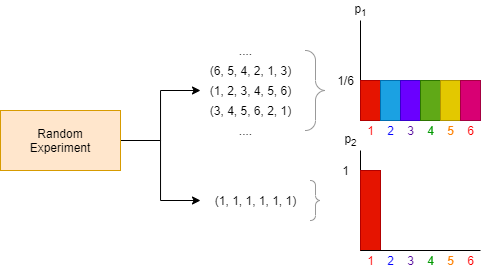
hasanmohsin/hasanmohsin.github.io keeps this draw.io diagram as images/entropy_post_figure_1.png. Above is the earlier version. Source tidied: cells renumbered, new cells last; positions are measured from the earlier drawing's top-left corner, leaving out a move shared by most shapes. Its diagram source:
```xml
<mxGraphModel>
  <root>
    <mxCell id="0" />
    <mxCell id="1" parent="0" />
    <mxCell id="2" style="edgeStyle=orthogonalEdgeStyle;rounded=0;jettySize=auto;html=1;exitX=1;exitY=0.5;exitDx=0;exitDy=0;" parent="1" edge="1" source="4">
      <mxGeometry relative="1" as="geometry">
        <mxPoint x="200" y="90" as="targetPoint" />
        <Array as="points">
          <mxPoint x="160" y="140" />
          <mxPoint x="160" y="90" />
        </Array>
      </mxGeometry>
    </mxCell>
    <mxCell id="3" style="edgeStyle=orthogonalEdgeStyle;rounded=0;jettySize=auto;html=1;exitX=1;exitY=0.5;exitDx=0;exitDy=0;" parent="1" edge="1" source="4">
      <mxGeometry relative="1" as="geometry">
        <mxPoint x="200" y="200" as="targetPoint" />
        <Array as="points">
          <mxPoint x="160" y="140" />
          <mxPoint x="160" y="200" />
        </Array>
      </mxGeometry>
    </mxCell>
    <mxCell id="4" value="Random&lt;br&gt;Experiment" style="rounded=0;whiteSpace=wrap;html=1;fillColor=#ffe6cc;strokeColor=#d79b00;" parent="1" vertex="1">
      <mxGeometry y="110" width="120" height="60" as="geometry" />
    </mxCell>
    <mxCell id="5" value="(1, 2, 3, 4, 5, 6)" style="text;html=1;align=center;verticalAlign=middle;" parent="1" vertex="1">
      <mxGeometry x="200" y="80" width="100" height="20" as="geometry" />
    </mxCell>
    <mxCell id="6" value="(3, 4, 5, 6, 2, 1)" style="text;html=1;align=center;verticalAlign=middle;" parent="1" vertex="1">
      <mxGeometry x="200" y="100" width="100" height="20" as="geometry" />
    </mxCell>
    <mxCell id="7" value="(6, 5, 4, 2, 1, 3)" style="text;html=1;align=center;verticalAlign=middle;" parent="1" vertex="1">
      <mxGeometry x="200" y="60" width="100" height="20" as="geometry" />
    </mxCell>
    <mxCell id="8" value="...." style="text;html=1;align=center;verticalAlign=middle;" parent="1" vertex="1">
      <mxGeometry x="230" y="120" width="30" height="20" as="geometry" />
    </mxCell>
    <mxCell id="9" value="...." style="text;html=1;align=center;verticalAlign=middle;" parent="1" vertex="1">
      <mxGeometry x="230" y="40" width="30" height="20" as="geometry" />
    </mxCell>
    <mxCell id="10" style="endArrow=none;html=1;" parent="1" edge="1">
      <mxGeometry relative="1" as="geometry">
        <mxPoint x="360" y="20" as="sourcePoint" />
        <mxPoint x="360" y="120" as="targetPoint" />
      </mxGeometry>
    </mxCell>
    <mxCell id="11" style="rounded=0;whiteSpace=wrap;html=1;fillColor=#e51400;strokeColor=#B20000;fontColor=#ffffff;" parent="1" vertex="1">
      <mxGeometry x="360" y="80" width="20" height="40" as="geometry" />
    </mxCell>
    <mxCell id="12" style="rounded=0;whiteSpace=wrap;html=1;fillColor=#1ba1e2;strokeColor=#006EAF;fontColor=#ffffff;" parent="1" vertex="1">
      <mxGeometry x="380" y="80" width="20" height="40" as="geometry" />
    </mxCell>
    <mxCell id="13" style="rounded=0;whiteSpace=wrap;html=1;fillColor=#6a00ff;strokeColor=#3700CC;fontColor=#ffffff;" parent="1" vertex="1">
      <mxGeometry x="400" y="80" width="20" height="40" as="geometry" />
    </mxCell>
    <mxCell id="14" style="rounded=0;whiteSpace=wrap;html=1;fillColor=#60a917;strokeColor=#2D7600;fontColor=#ffffff;" parent="1" vertex="1">
      <mxGeometry x="420" y="80" width="20" height="40" as="geometry" />
    </mxCell>
    <mxCell id="15" style="rounded=0;whiteSpace=wrap;html=1;fillColor=#e3c800;strokeColor=#B09500;fontColor=#ffffff;" parent="1" vertex="1">
      <mxGeometry x="440" y="80" width="20" height="40" as="geometry" />
    </mxCell>
    <mxCell id="16" style="rounded=0;whiteSpace=wrap;html=1;fillColor=#d80073;strokeColor=#A50040;fontColor=#ffffff;" parent="1" vertex="1">
      <mxGeometry x="460" y="80" width="20" height="40" as="geometry" />
    </mxCell>
    <mxCell id="17" value="&lt;font color=&quot;#ff0000&quot;&gt;1&lt;/font&gt;" style="text;html=1;align=center;verticalAlign=middle;" parent="1" vertex="1">
      <mxGeometry x="360" y="120" width="20" height="20" as="geometry" />
    </mxCell>
    <mxCell id="18" value="&lt;font color=&quot;#0000ff&quot;&gt;2&lt;/font&gt;" style="text;html=1;align=center;verticalAlign=middle;" parent="1" vertex="1">
      <mxGeometry x="380" y="120" width="20" height="20" as="geometry" />
    </mxCell>
    <mxCell id="19" value="&lt;font color=&quot;#4c0099&quot;&gt;3&lt;/font&gt;" style="text;html=1;align=center;verticalAlign=middle;" parent="1" vertex="1">
      <mxGeometry x="400" y="120" width="20" height="20" as="geometry" />
    </mxCell>
    <mxCell id="20" value="&lt;font color=&quot;#009900&quot;&gt;4&lt;/font&gt;" style="text;html=1;align=center;verticalAlign=middle;" parent="1" vertex="1">
      <mxGeometry x="420" y="120" width="20" height="20" as="geometry" />
    </mxCell>
    <mxCell id="21" value="&lt;font color=&quot;#ff8000&quot;&gt;5&lt;/font&gt;" style="text;html=1;align=center;verticalAlign=middle;" parent="1" vertex="1">
      <mxGeometry x="440" y="120" width="20" height="20" as="geometry" />
    </mxCell>
    <mxCell id="22" value="&lt;font color=&quot;#ff0000&quot;&gt;6&lt;/font&gt;" style="text;html=1;align=center;verticalAlign=middle;" parent="1" vertex="1">
      <mxGeometry x="460" y="120" width="20" height="20" as="geometry" />
    </mxCell>
    <mxCell id="23" style="labelPosition=right;align=left;strokeWidth=1;shape=mxgraph.mockup.markup.curlyBrace;html=1;shadow=0;dashed=0;strokeColor=#999999;direction=north;rotation=-180;" parent="1" vertex="1">
      <mxGeometry x="300" y="50" width="30" height="80" as="geometry" />
    </mxCell>
    <mxCell id="24" value="(1, 1, 1, 1, 1, 1)" style="text;html=1;align=center;verticalAlign=middle;" parent="1" vertex="1">
      <mxGeometry x="205" y="190" width="100" height="20" as="geometry" />
    </mxCell>
    <mxCell id="25" style="labelPosition=right;align=left;strokeWidth=1;shape=mxgraph.mockup.markup.curlyBrace;html=1;shadow=0;dashed=0;strokeColor=#999999;direction=north;rotation=-180;" parent="1" vertex="1">
      <mxGeometry x="300" y="180" width="30" height="40" as="geometry" />
    </mxCell>
    <mxCell id="26" style="endArrow=none;html=1;" parent="1" edge="1">
      <mxGeometry relative="1" as="geometry">
        <mxPoint x="360" y="150" as="sourcePoint" />
        <mxPoint x="360" y="250" as="targetPoint" />
      </mxGeometry>
    </mxCell>
    <mxCell id="27" style="rounded=0;whiteSpace=wrap;html=1;fillColor=#e51400;strokeColor=#B20000;fontColor=#ffffff;" parent="1" vertex="1">
      <mxGeometry x="360" y="170" width="20" height="80" as="geometry" />
    </mxCell>
    <mxCell id="28" value="&lt;font color=&quot;#ff0000&quot;&gt;1&lt;/font&gt;" style="text;html=1;align=center;verticalAlign=middle;" parent="1" vertex="1">
      <mxGeometry x="360" y="250" width="20" height="20" as="geometry" />
    </mxCell>
    <mxCell id="29" value="&lt;font color=&quot;#0000ff&quot;&gt;2&lt;/font&gt;" style="text;html=1;align=center;verticalAlign=middle;" parent="1" vertex="1">
      <mxGeometry x="380" y="250" width="20" height="20" as="geometry" />
    </mxCell>
    <mxCell id="30" value="&lt;font color=&quot;#4c0099&quot;&gt;3&lt;/font&gt;" style="text;html=1;align=center;verticalAlign=middle;" parent="1" vertex="1">
      <mxGeometry x="400" y="250" width="20" height="20" as="geometry" />
    </mxCell>
    <mxCell id="31" value="&lt;font color=&quot;#009900&quot;&gt;4&lt;/font&gt;" style="text;html=1;align=center;verticalAlign=middle;" parent="1" vertex="1">
      <mxGeometry x="420" y="250" width="20" height="20" as="geometry" />
    </mxCell>
    <mxCell id="32" value="&lt;font color=&quot;#ff8000&quot;&gt;5&lt;/font&gt;" style="text;html=1;align=center;verticalAlign=middle;" parent="1" vertex="1">
      <mxGeometry x="440" y="250" width="20" height="20" as="geometry" />
    </mxCell>
    <mxCell id="33" value="&lt;font color=&quot;#ff0000&quot;&gt;6&lt;/font&gt;" style="text;html=1;align=center;verticalAlign=middle;points=[];" parent="1" vertex="1">
      <mxGeometry x="460" y="250" width="20" height="20" as="geometry" />
    </mxCell>
    <mxCell id="34" value="1/6" style="text;html=1;align=center;verticalAlign=middle;" parent="1" vertex="1">
      <mxGeometry x="330" y="70" width="30" height="20" as="geometry" />
    </mxCell>
    <mxCell id="35" value="1" style="text;html=1;align=center;verticalAlign=middle;" parent="1" vertex="1">
      <mxGeometry x="335" y="160" width="20" height="20" as="geometry" />
    </mxCell>
    <mxCell id="36" value="p&lt;sub&gt;1&lt;/sub&gt;" style="text;html=1;align=center;verticalAlign=middle;" parent="1" vertex="1">
      <mxGeometry x="345" width="30" height="20" as="geometry" />
    </mxCell>
    <mxCell id="37" value="p&lt;sub&gt;2&lt;/sub&gt;" style="text;html=1;align=center;verticalAlign=middle;" parent="1" vertex="1">
      <mxGeometry x="335" y="130" width="30" height="20" as="geometry" />
    </mxCell>
    <mxCell id="38" style="endArrow=none;html=1;exitX=0;exitY=1;exitDx=0;exitDy=0;entryX=1;entryY=0;entryDx=0;entryDy=0;entryPerimeter=0;" parent="1" edge="1" source="27" target="33">
      <mxGeometry relative="1" as="geometry" />
    </mxCell>
  </root>
</mxGraphModel>
```
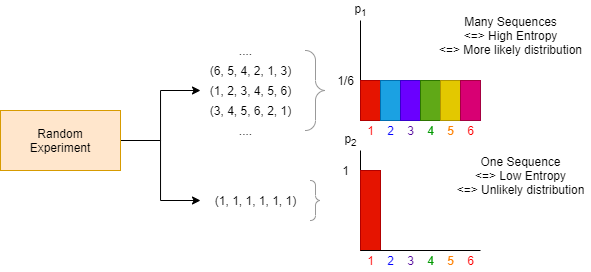
After the change.

Change to the diagram source:
```diff
@@ -131,5 +131,11 @@
     <mxCell id="38" style="endArrow=none;html=1;exitX=0;exitY=1;exitDx=0;exitDy=0;entryX=1;entryY=0;entryDx=0;entryDy=0;entryPerimeter=0;" parent="1" edge="1" source="27" target="33">
       <mxGeometry relative="1" as="geometry" />
     </mxCell>
+    <mxCell id="39" value="Many Sequences&lt;br&gt;&amp;lt;=&amp;gt; High Entropy&lt;br&gt;&amp;lt;=&amp;gt; More likely distribution" style="text;html=1;align=center;verticalAlign=middle;" parent="1" vertex="1">
+      <mxGeometry x="430" y="10" width="160" height="50" as="geometry" />
+    </mxCell>
+    <mxCell id="40" value="One Sequence&lt;br&gt;&amp;lt;=&amp;gt; Low Entropy&lt;br&gt;&amp;lt;=&amp;gt; Unlikely distribution" style="text;html=1;align=center;verticalAlign=middle;" parent="1" vertex="1">
+      <mxGeometry x="450" y="150" width="140" height="50" as="geometry" />
+    </mxCell>
   </root>
 </mxGraphModel>
```
